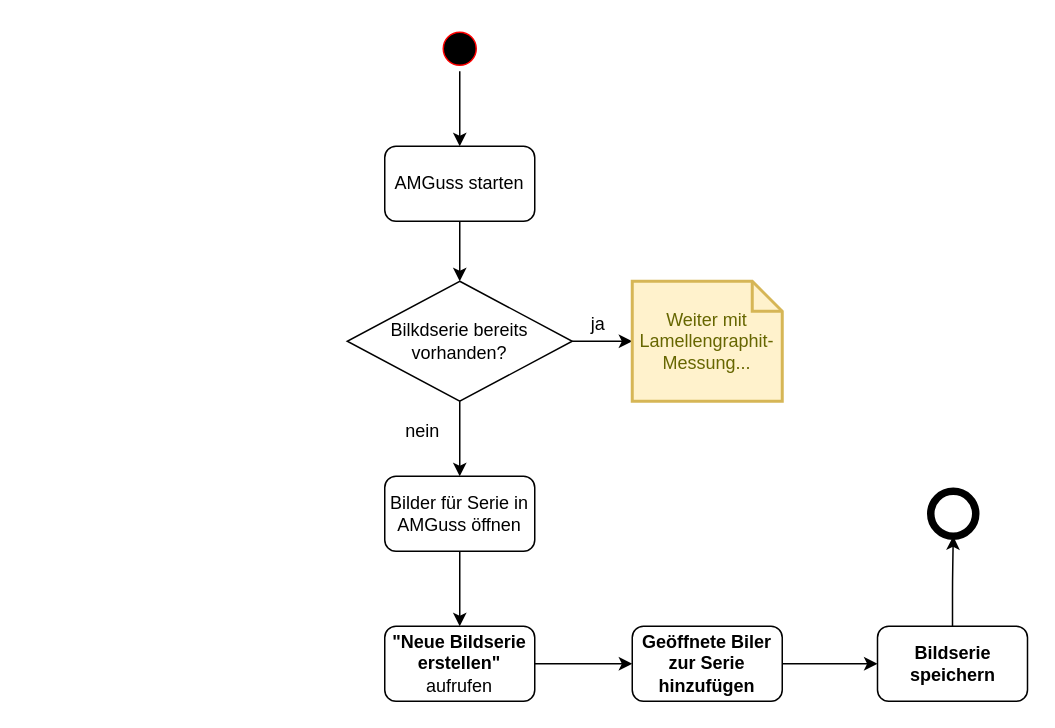
Above: diagrams/flow_create_pics_set_amguss.drawio in MichaelKaip/bachelor-thesis (draw.io), before the change. Source tidied: cells renumbered, new cells numbered last; positions are measured from the earlier drawing's top-left corner, leaving out a move shared by most shapes. Both pictures are drawn from the tidied source at 150%, with x=0, y=0 at pixel (346, 26).
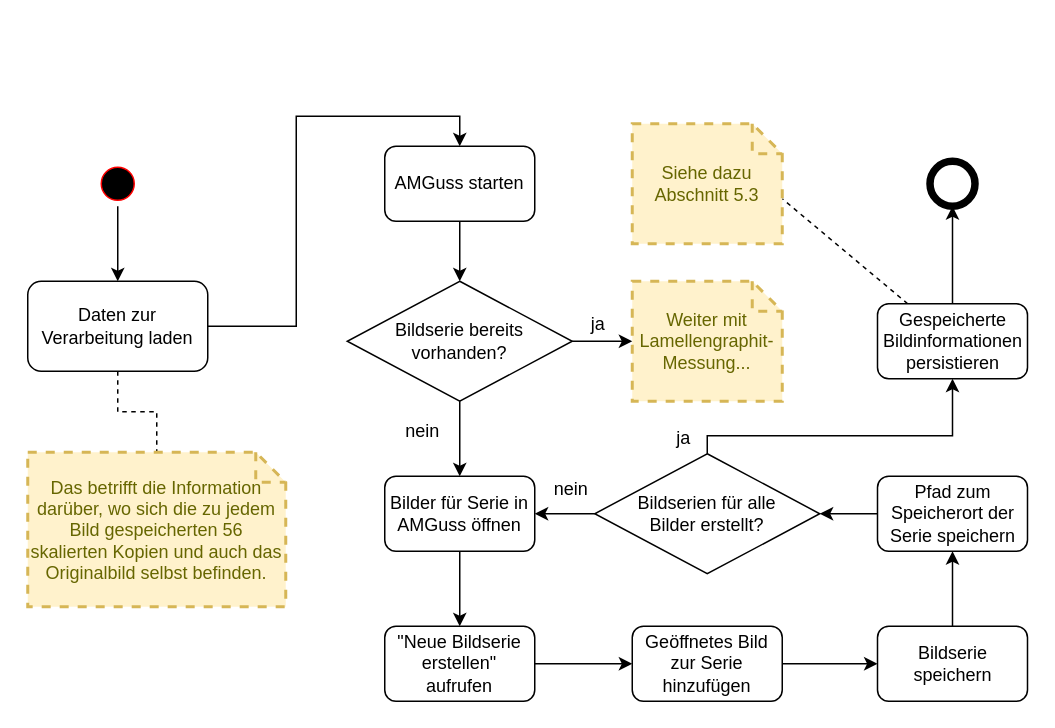
The same diagram, later.

The change refers to these unchanged cells:
```xml
<mxCell id="15" value="&lt;span&gt;Bilder für Serie in AMGuss öffnen&lt;/span&gt;" style="rounded=1;whiteSpace=wrap;html=1;sketch=0;fontStyle=0;" parent="1" vertex="1">
  <mxGeometry x="25" y="300" width="100" height="50" as="geometry" />
</mxCell>
```

Diff of the diagram source:
```diff
@@
-    <mxCell id="2" style="edgeStyle=orthogonalEdgeStyle;curved=0;rounded=1;sketch=0;jettySize=auto;html=1;" parent="1" edge="1" source="3" target="5">
-      <mxGeometry relative="1" as="geometry" />
-    </mxCell>
+    <mxCell id="21" style="edgeStyle=orthogonalEdgeStyle;rounded=0;jettySize=auto;html=1;entryX=0.5;entryY=0;entryDx=0;entryDy=0;fontSize=12;" parent="1" edge="1" source="3" target="24">
+      <mxGeometry relative="1" as="geometry" />
+    </mxCell>
     <mxCell id="3" style="ellipse;html=1;shape=startState;fillColor=#000000;strokeColor=#ff0000;" parent="1" vertex="1">
-      <mxGeometry x="60" width="30" height="30" as="geometry" />
+      <mxGeometry x="-168" y="90" width="30" height="30" as="geometry" />
     </mxCell>
+    <mxCell id="22" style="edgeStyle=orthogonalEdgeStyle;rounded=0;jettySize=auto;html=1;entryX=0.5;entryY=0;entryDx=0;entryDy=0;endArrow=classic;endFill=1;" parent="1" edge="1" source="24" target="5">
+      <mxGeometry relative="1" as="geometry" />
+    </mxCell>
+    <mxCell id="23" style="edgeStyle=orthogonalEdgeStyle;rounded=0;jettySize=auto;html=1;entryX=0.5;entryY=0;entryDx=0;entryDy=0;entryPerimeter=0;endArrow=none;endFill=0;dashed=1;" parent="1" edge="1" source="24" target="25">
+      <mxGeometry relative="1" as="geometry" />
+    </mxCell>
+    <mxCell id="24" value="Daten zur Verarbeitung laden" style="rounded=1;whiteSpace=wrap;html=1;" parent="1" vertex="1">
+      <mxGeometry x="-213" y="170" width="120" height="60" as="geometry" />
+    </mxCell>
+    <mxCell id="25" value="Das betrifft die Information darüber, wo sich die zu jedem Bild gespeicherten 56 skalierten Kopien und auch das Originalbild selbst befinden." style="shape=note;strokeWidth=2;fontSize=12;size=20;whiteSpace=wrap;html=1;fillColor=#fff2cc;strokeColor=#d6b656;fontColor=#666600;dashed=1;" parent="1" vertex="1">
+      <mxGeometry x="-213" y="284" width="172" height="103" as="geometry" />
+    </mxCell>
+    <mxCell id="5" value="AMGuss starten" style="rounded=1;whiteSpace=wrap;html=1;sketch=0;" parent="1" vertex="1">
+      <mxGeometry x="25" y="80" width="100" height="50" as="geometry" />
+    </mxCell>
+    <mxCell id="8" value="Bildserie bereits&lt;br&gt;vorhanden?" style="rhombus;whiteSpace=wrap;html=1;rounded=0;sketch=0;" parent="1" vertex="1">
+      <mxGeometry y="170" width="150" height="80" as="geometry" />
+    </mxCell>
     <mxCell id="4" style="edgeStyle=orthogonalEdgeStyle;curved=0;rounded=1;sketch=0;jettySize=auto;html=1;entryX=0.5;entryY=0;entryDx=0;entryDy=0;" parent="1" edge="1" source="5" target="8">
-      <mxGeometry relative="1" as="geometry" />
+      <mxGeometry x="238" y="112" as="geometry" />
     </mxCell>
-    <mxCell id="5" value="AMGuss starten" style="rounded=1;whiteSpace=wrap;html=1;sketch=0;" parent="1" vertex="1">
-      <mxGeometry x="25" y="80" width="100" height="50" as="geometry" />
-    </mxCell>
-    <mxCell id="6" style="edgeStyle=orthogonalEdgeStyle;curved=0;rounded=1;sketch=0;jettySize=auto;html=1;entryX=0.5;entryY=0;entryDx=0;entryDy=0;fontSize=12;" parent="1" edge="1" source="8" target="15">
-      <mxGeometry relative="1" as="geometry" />
-    </mxCell>
-    <mxCell id="7" style="edgeStyle=orthogonalEdgeStyle;curved=0;rounded=1;sketch=0;jettySize=auto;html=1;fontSize=12;" parent="1" edge="1" source="8" target="13">
-      <mxGeometry relative="1" as="geometry" />
-    </mxCell>
-    <mxCell id="8" value="Bilkdserie bereits&lt;br&gt;vorhanden?" style="rhombus;whiteSpace=wrap;html=1;rounded=0;sketch=0;" parent="1" vertex="1">
-      <mxGeometry y="170" width="150" height="80" as="geometry" />
-    </mxCell>
-    <mxCell id="9" style="edgeStyle=orthogonalEdgeStyle;curved=0;rounded=1;sketch=0;jettySize=auto;html=1;entryX=0;entryY=0.5;entryDx=0;entryDy=0;fontSize=12;" parent="1" edge="1" source="10" target="17">
-      <mxGeometry relative="1" as="geometry" />
-    </mxCell>
-    <mxCell id="10" value="&lt;b&gt;&quot;Neue Bildserie erstellen&quot;&lt;/b&gt;&lt;br&gt;aufrufen" style="rounded=1;whiteSpace=wrap;html=1;sketch=0;" parent="1" vertex="1">
+    <mxCell id="10" value="&lt;span&gt;&quot;Neue Bildserie erstellen&quot;&lt;/span&gt;&lt;br&gt;aufrufen" style="rounded=1;whiteSpace=wrap;html=1;sketch=0;fontStyle=0;" parent="1" vertex="1">
       <mxGeometry x="25" y="400" width="100" height="50" as="geometry" />
     </mxCell>
@@
-    <mxCell id="13" value="Weiter mit Lamellengraphit-Messung..." style="shape=note;strokeWidth=2;fontSize=12;size=20;whiteSpace=wrap;html=1;fillColor=#fff2cc;strokeColor=#d6b656;fontColor=#666600;rounded=0;sketch=0;" parent="1" vertex="1">
+    <mxCell id="13" value="Weiter mit Lamellengraphit-Messung..." style="shape=note;strokeWidth=2;fontSize=12;size=20;whiteSpace=wrap;html=1;fillColor=#fff2cc;strokeColor=#d6b656;fontColor=#666600;rounded=0;sketch=0;dashed=1;" parent="1" vertex="1">
       <mxGeometry x="190" y="170" width="100" height="80" as="geometry" />
     </mxCell>
+    <mxCell id="7" style="edgeStyle=orthogonalEdgeStyle;curved=0;rounded=1;sketch=0;jettySize=auto;html=1;fontSize=12;" parent="1" edge="1" source="8" target="13">
+      <mxGeometry x="238" y="112" as="geometry" />
+    </mxCell>
     <mxCell id="14" style="edgeStyle=orthogonalEdgeStyle;curved=0;rounded=1;sketch=0;jettySize=auto;html=1;entryX=0.5;entryY=0;entryDx=0;entryDy=0;fontSize=12;" parent="1" edge="1" source="15" target="10">
-      <mxGeometry relative="1" as="geometry" />
+      <mxGeometry x="238" y="112" as="geometry" />
     </mxCell>
@@
+    <mxCell id="6" style="edgeStyle=orthogonalEdgeStyle;curved=0;rounded=1;sketch=0;jettySize=auto;html=1;entryX=0.5;entryY=0;entryDx=0;entryDy=0;fontSize=12;" parent="1" edge="1" source="8" target="15">
+      <mxGeometry x="238" y="112" as="geometry" />
+    </mxCell>
+    <mxCell id="17" value="&lt;span&gt;Geöffnetes Bild zur Serie hinzufügen&lt;/span&gt;" style="rounded=1;whiteSpace=wrap;html=1;sketch=0;fontStyle=0;" parent="1" vertex="1">
+      <mxGeometry x="190" y="400" width="100" height="50" as="geometry" />
+    </mxCell>
+    <mxCell id="9" style="edgeStyle=orthogonalEdgeStyle;curved=0;rounded=1;sketch=0;jettySize=auto;html=1;entryX=0;entryY=0.5;entryDx=0;entryDy=0;fontSize=12;" parent="1" edge="1" source="10" target="17">
+      <mxGeometry x="238" y="112" as="geometry" />
+    </mxCell>
+    <mxCell id="26" style="edgeStyle=orthogonalEdgeStyle;rounded=0;jettySize=auto;html=1;entryX=0.5;entryY=1;entryDx=0;entryDy=0;fontSize=12;endArrow=classic;endFill=1;" parent="1" edge="1" source="19" target="31">
+      <mxGeometry relative="1" as="geometry" />
+    </mxCell>
+    <mxCell id="19" value="&lt;span&gt;Bildserie speichern&lt;/span&gt;" style="rounded=1;whiteSpace=wrap;html=1;sketch=0;fontStyle=0;" parent="1" vertex="1">
+      <mxGeometry x="353.5" y="400" width="100" height="50" as="geometry" />
+    </mxCell>
     <mxCell id="16" style="edgeStyle=orthogonalEdgeStyle;curved=0;rounded=1;sketch=0;jettySize=auto;html=1;fontSize=12;" parent="1" edge="1" source="17" target="19">
-      <mxGeometry relative="1" as="geometry" />
+      <mxGeometry x="238" y="112" as="geometry" />
     </mxCell>
-    <mxCell id="17" value="&lt;b&gt;Geöffnete Biler zur Serie hinzufügen&lt;/b&gt;" style="rounded=1;whiteSpace=wrap;html=1;sketch=0;" parent="1" vertex="1">
-      <mxGeometry x="190" y="400" width="100" height="50" as="geometry" />
-    </mxCell>
-    <mxCell id="18" style="edgeStyle=orthogonalEdgeStyle;curved=0;rounded=1;sketch=0;jettySize=auto;html=1;entryX=0.5;entryY=1;entryDx=0;entryDy=0;fontSize=12;" parent="1" edge="1" source="19" target="20">
-      <mxGeometry relative="1" as="geometry" />
-    </mxCell>
-    <mxCell id="19" value="&lt;b&gt;Bildserie speichern&lt;/b&gt;" style="rounded=1;whiteSpace=wrap;html=1;sketch=0;" parent="1" vertex="1">
-      <mxGeometry x="353.5" y="400" width="100" height="50" as="geometry" />
-    </mxCell>
     <mxCell id="20" style="shape=ellipse;html=1;dashed=0;whitespace=wrap;strokeWidth=5;perimeter=ellipsePerimeter;rounded=0;sketch=0;fontSize=12;" parent="1" vertex="1">
-      <mxGeometry x="389" y="310" width="30" height="30" as="geometry" />
+      <mxGeometry x="388.5" y="90" width="30" height="30" as="geometry" />
     </mxCell>
+    <mxCell id="27" style="edgeStyle=orthogonalEdgeStyle;rounded=0;jettySize=auto;html=1;entryX=1;entryY=0.5;entryDx=0;entryDy=0;fontSize=12;endArrow=classic;endFill=1;" parent="1" edge="1" source="29" target="15">
+      <mxGeometry relative="1" as="geometry" />
+    </mxCell>
+    <mxCell id="28" style="edgeStyle=orthogonalEdgeStyle;rounded=0;jettySize=auto;html=1;entryX=0.5;entryY=1;entryDx=0;entryDy=0;fontSize=12;endArrow=classic;endFill=1;exitX=0.5;exitY=0;exitDx=0;exitDy=0;" parent="1" edge="1" source="29" target="36">
+      <mxGeometry relative="1" as="geometry">
+        <Array as="points">
+          <mxPoint x="240" y="273" />
+          <mxPoint x="404" y="273" />
+        </Array>
+      </mxGeometry>
+    </mxCell>
+    <mxCell id="29" value="Bildserien für alle &lt;br&gt;Bilder erstellt?" style="rhombus;whiteSpace=wrap;html=1;rounded=0;sketch=0;" parent="1" vertex="1">
+      <mxGeometry x="165" y="285" width="150" height="80" as="geometry" />
+    </mxCell>
+    <mxCell id="30" style="edgeStyle=orthogonalEdgeStyle;rounded=0;jettySize=auto;html=1;entryX=1;entryY=0.5;entryDx=0;entryDy=0;fontSize=12;endArrow=classic;endFill=1;" parent="1" edge="1" source="31" target="29">
+      <mxGeometry relative="1" as="geometry" />
+    </mxCell>
+    <mxCell id="31" value="&lt;span&gt;Pfad zum Speicherort der Serie speichern&lt;/span&gt;" style="rounded=1;whiteSpace=wrap;html=1;sketch=0;fontStyle=0;" parent="1" vertex="1">
+      <mxGeometry x="353.5" y="300" width="100" height="50" as="geometry" />
+    </mxCell>
+    <mxCell id="32" value="nein" style="text;html=1;align=center;verticalAlign=middle;strokeColor=none;fontSize=12;" parent="1" vertex="1">
+      <mxGeometry x="133" y="300" width="32" height="18" as="geometry" />
+    </mxCell>
+    <mxCell id="33" value="ja" style="text;html=1;align=center;verticalAlign=middle;strokeColor=none;fontSize=12;" parent="1" vertex="1">
+      <mxGeometry x="214" y="266" width="20" height="18" as="geometry" />
+    </mxCell>
+    <mxCell id="34" style="edgeStyle=orthogonalEdgeStyle;rounded=0;jettySize=auto;html=1;entryX=0.5;entryY=1;entryDx=0;entryDy=0;fontSize=12;endArrow=classic;endFill=1;" parent="1" edge="1" source="36" target="20">
+      <mxGeometry relative="1" as="geometry" />
+    </mxCell>
+    <mxCell id="35" style="rounded=0;jettySize=auto;html=1;entryX=0;entryY=0;entryDx=100;entryDy=50;entryPerimeter=0;fontSize=12;endArrow=none;endFill=0;dashed=1;" parent="1" edge="1" source="36" target="37">
+      <mxGeometry relative="1" as="geometry" />
+    </mxCell>
+    <mxCell id="36" value="&lt;span&gt;Gespeicherte Bildinformationen&lt;br&gt;persistieren&lt;br&gt;&lt;/span&gt;" style="rounded=1;whiteSpace=wrap;html=1;sketch=0;fontStyle=0;" parent="1" vertex="1">
+      <mxGeometry x="353.5" y="185" width="100" height="50" as="geometry" />
+    </mxCell>
+    <mxCell id="37" value="Siehe dazu Abschnitt 5.3" style="shape=note;strokeWidth=2;fontSize=12;size=20;whiteSpace=wrap;html=1;fillColor=#fff2cc;strokeColor=#d6b656;fontColor=#666600;dashed=1;" parent="1" vertex="1">
+      <mxGeometry x="190" y="65" width="100" height="80" as="geometry" />
+    </mxCell>
```
